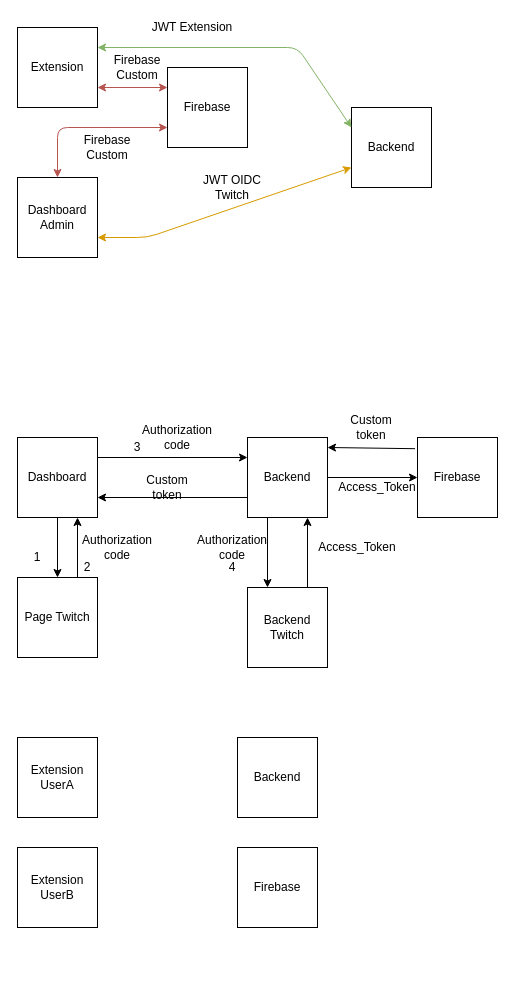
Above: diagram.dio in AurelieV/purple-orwel-fox (draw.io), before the change. Source tidied: cells renumbered, new cells numbered last; positions are measured from the earlier drawing's top-left corner, leaving out a move shared by most shapes. Both pictures are drawn from the tidied source at 100%, with x=0, y=0 at pixel (17, 17).
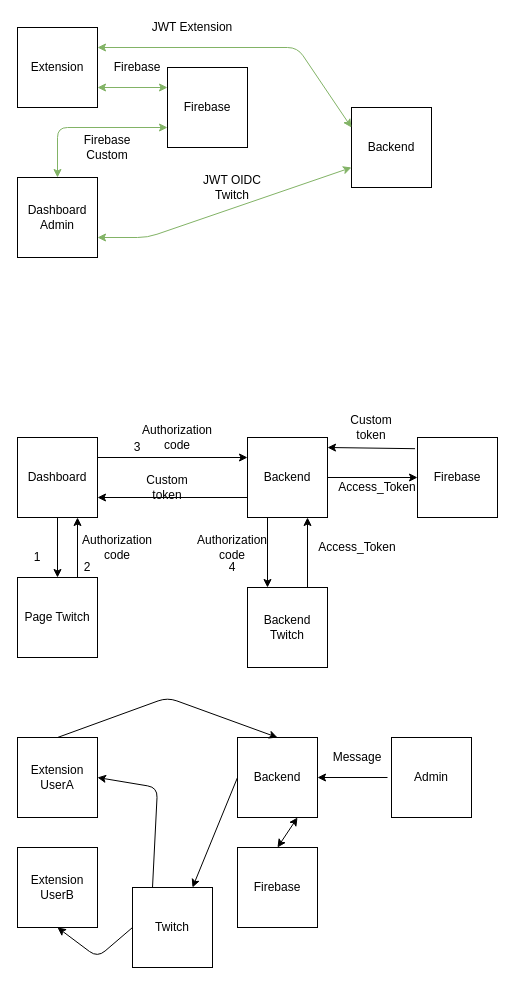
Above is the later version.

Unchanged cells that the change refers to:
```xml
<mxCell id="2" value="Extension" style="whiteSpace=wrap;html=1;" parent="1" vertex="1">
  <mxGeometry y="10" width="80" height="80" as="geometry" />
</mxCell>
<mxCell id="3" value="Dashboard&lt;br&gt;Admin" style="whiteSpace=wrap;html=1;" parent="1" vertex="1">
  <mxGeometry y="160" width="80" height="80" as="geometry" />
</mxCell>
<mxCell id="4" value="Backend" style="whiteSpace=wrap;html=1;" parent="1" vertex="1">
  <mxGeometry x="334" y="90" width="80" height="80" as="geometry" />
</mxCell>
<mxCell id="9" value="Firebase" style="whiteSpace=wrap;html=1;" parent="1" vertex="1">
  <mxGeometry x="150" y="50" width="80" height="80" as="geometry" />
</mxCell>
<mxCell id="38" value="Extension&lt;br&gt;UserA" style="whiteSpace=wrap;html=1;" parent="1" vertex="1">
  <mxGeometry y="720" width="80" height="80" as="geometry" />
</mxCell>
<mxCell id="39" value="Extension&lt;br&gt;UserB" style="whiteSpace=wrap;html=1;" parent="1" vertex="1">
  <mxGeometry y="830" width="80" height="80" as="geometry" />
</mxCell>
<mxCell id="40" value="Backend" style="whiteSpace=wrap;html=1;" parent="1" vertex="1">
  <mxGeometry x="220" y="720" width="80" height="80" as="geometry" />
</mxCell>
<mxCell id="41" value="Firebase" style="whiteSpace=wrap;html=1;" parent="1" vertex="1">
  <mxGeometry x="220" y="830" width="80" height="80" as="geometry" />
</mxCell>
```

The edit, as a diff of the source:
```diff
@@
-    <mxCell id="7" style="endArrow=classic;startArrow=classic;html=1;exitX=1;exitY=0.75;exitDx=0;exitDy=0;entryX=0;entryY=0.75;entryDx=0;entryDy=0;fillColor=#ffe6cc;strokeColor=#d79b00;" parent="1" edge="1" source="3" target="4">
+    <mxCell id="7" style="endArrow=classic;startArrow=classic;html=1;exitX=1;exitY=0.75;exitDx=0;exitDy=0;entryX=0;entryY=0.75;entryDx=0;entryDy=0;fillColor=#d5e8d4;strokeColor=#82b366;" parent="1" edge="1" source="3" target="4">
       <mxGeometry relative="1" as="geometry">
         <Array as="points">
           <mxPoint x="130" y="220" />
         </Array>
       </mxGeometry>
     </mxCell>
@@
-    <mxCell id="10" style="endArrow=classic;startArrow=classic;html=1;exitX=1;exitY=0.75;exitDx=0;exitDy=0;entryX=0;entryY=0.25;entryDx=0;entryDy=0;fillColor=#f8cecc;strokeColor=#b85450;" parent="1" edge="1" source="2" target="9">
+    <mxCell id="10" style="endArrow=classic;startArrow=classic;html=1;exitX=1;exitY=0.75;exitDx=0;exitDy=0;entryX=0;entryY=0.25;entryDx=0;entryDy=0;fillColor=#d5e8d4;strokeColor=#82b366;" parent="1" edge="1" source="2" target="9">
       <mxGeometry relative="1" as="geometry" />
     </mxCell>
-    <mxCell id="11" style="endArrow=classic;startArrow=classic;html=1;exitX=0.5;exitY=0;exitDx=0;exitDy=0;entryX=0;entryY=0.75;entryDx=0;entryDy=0;fillColor=#f8cecc;strokeColor=#b85450;" parent="1" edge="1" source="3" target="9">
+    <mxCell id="11" style="endArrow=classic;startArrow=classic;html=1;exitX=0.5;exitY=0;exitDx=0;exitDy=0;entryX=0;entryY=0.75;entryDx=0;entryDy=0;fillColor=#d5e8d4;strokeColor=#82b366;" parent="1" edge="1" source="3" target="9">
       <mxGeometry relative="1" as="geometry">
         <Array as="points">
           <mxPoint x="40" y="110" />
         </Array>
       </mxGeometry>
     </mxCell>
-    <mxCell id="12" value="Firebase&lt;br&gt;Custom" style="text;html=1;strokeColor=none;fillColor=none;align=center;verticalAlign=middle;whiteSpace=wrap;rounded=0;" parent="1" vertex="1">
+    <mxCell id="12" value="Firebase" style="text;html=1;strokeColor=none;fillColor=none;align=center;verticalAlign=middle;whiteSpace=wrap;rounded=0;" parent="1" vertex="1">
       <mxGeometry x="100" y="40" width="40" height="20" as="geometry" />
     </mxCell>
@@
+    <mxCell id="42" value="Admin" style="whiteSpace=wrap;html=1;" parent="1" vertex="1">
+      <mxGeometry x="374" y="720" width="80" height="80" as="geometry" />
+    </mxCell>
+    <mxCell id="43" style="endArrow=classic;html=1;entryX=1;entryY=0.5;entryDx=0;entryDy=0;" parent="1" edge="1" target="40">
+      <mxGeometry relative="1" as="geometry">
+        <mxPoint x="370" y="760" as="sourcePoint" />
+      </mxGeometry>
+    </mxCell>
+    <mxCell id="44" value="Message" style="text;html=1;strokeColor=none;fillColor=none;align=center;verticalAlign=middle;whiteSpace=wrap;rounded=0;" parent="1" vertex="1">
+      <mxGeometry x="320" y="730" width="40" height="20" as="geometry" />
+    </mxCell>
+    <mxCell id="45" style="endArrow=classic;startArrow=classic;html=1;entryX=0.75;entryY=1;entryDx=0;entryDy=0;exitX=0.5;exitY=0;exitDx=0;exitDy=0;" parent="1" edge="1" source="41" target="40">
+      <mxGeometry relative="1" as="geometry" />
+    </mxCell>
+    <mxCell id="46" style="endArrow=classic;html=1;entryX=0.5;entryY=1;entryDx=0;entryDy=0;exitX=0;exitY=0.5;exitDx=0;exitDy=0;" parent="1" edge="1" source="48" target="39">
+      <mxGeometry relative="1" as="geometry">
+        <Array as="points">
+          <mxPoint x="80" y="940" />
+        </Array>
+      </mxGeometry>
+    </mxCell>
+    <mxCell id="47" style="endArrow=classic;html=1;exitX=0;exitY=0.5;exitDx=0;exitDy=0;entryX=0.75;entryY=0;entryDx=0;entryDy=0;" parent="1" edge="1" source="40" target="48">
+      <mxGeometry relative="1" as="geometry" />
+    </mxCell>
+    <mxCell id="48" value="Twitch" style="whiteSpace=wrap;html=1;" parent="1" vertex="1">
+      <mxGeometry x="115" y="870" width="80" height="80" as="geometry" />
+    </mxCell>
+    <mxCell id="49" style="endArrow=classic;html=1;exitX=0.25;exitY=0;exitDx=0;exitDy=0;entryX=1;entryY=0.5;entryDx=0;entryDy=0;" parent="1" edge="1" source="48" target="38">
+      <mxGeometry relative="1" as="geometry">
+        <Array as="points">
+          <mxPoint x="140" y="770" />
+        </Array>
+      </mxGeometry>
+    </mxCell>
+    <mxCell id="50" style="endArrow=classic;html=1;exitX=0.5;exitY=0;exitDx=0;exitDy=0;entryX=0.5;entryY=0;entryDx=0;entryDy=0;" parent="1" edge="1" source="38" target="40">
+      <mxGeometry relative="1" as="geometry">
+        <Array as="points">
+          <mxPoint x="150" y="680" />
+        </Array>
+      </mxGeometry>
+    </mxCell>
```
